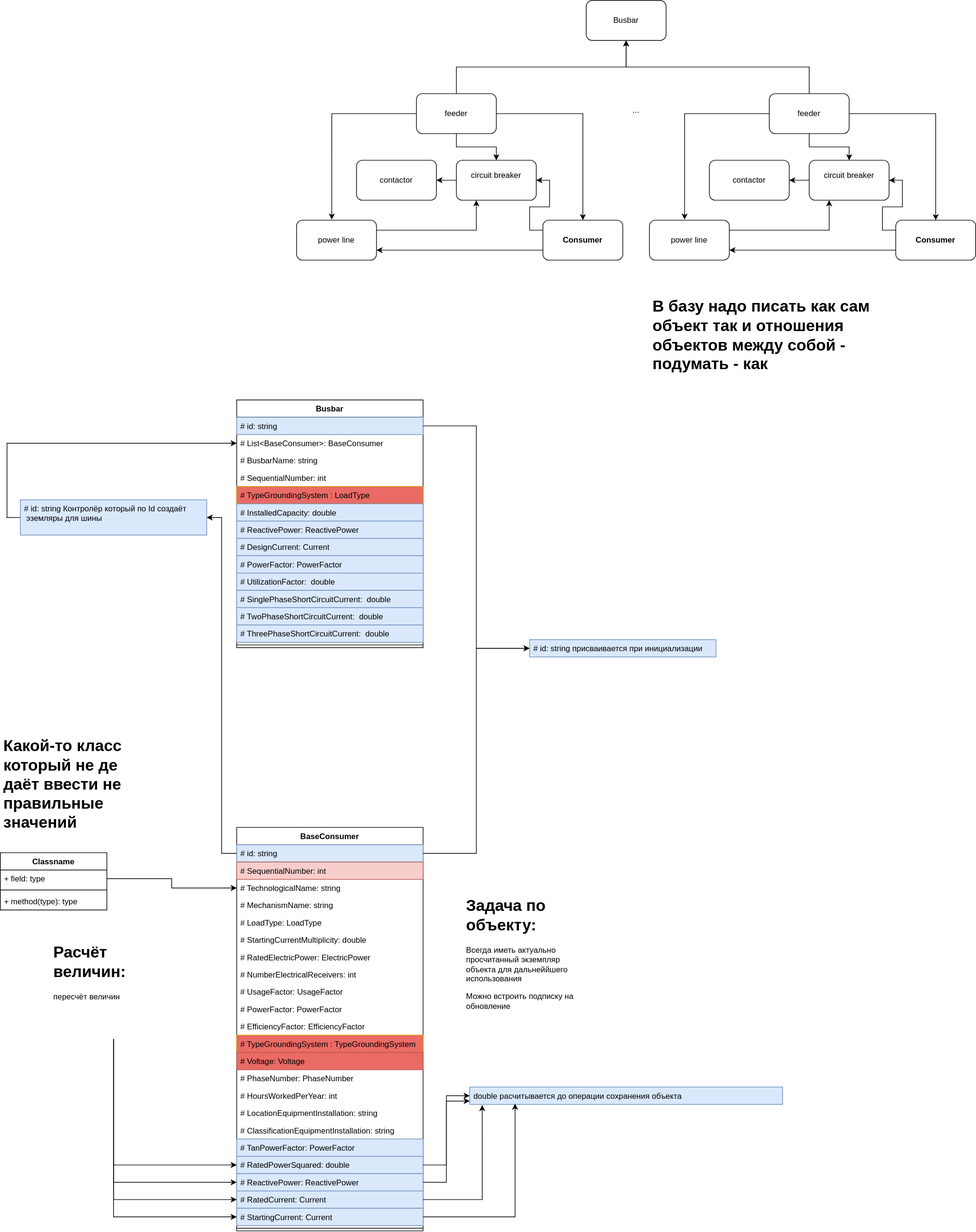
This is CADElectricalSystem/Concept/Concept.svg from ShadowGreg/CADElectricalSystem, a draw.io export, as it was before one commit. Source tidied: cells renumbered, new cells last; positions are measured from the earlier drawing's top-left corner, leaving out a move shared by most shapes.
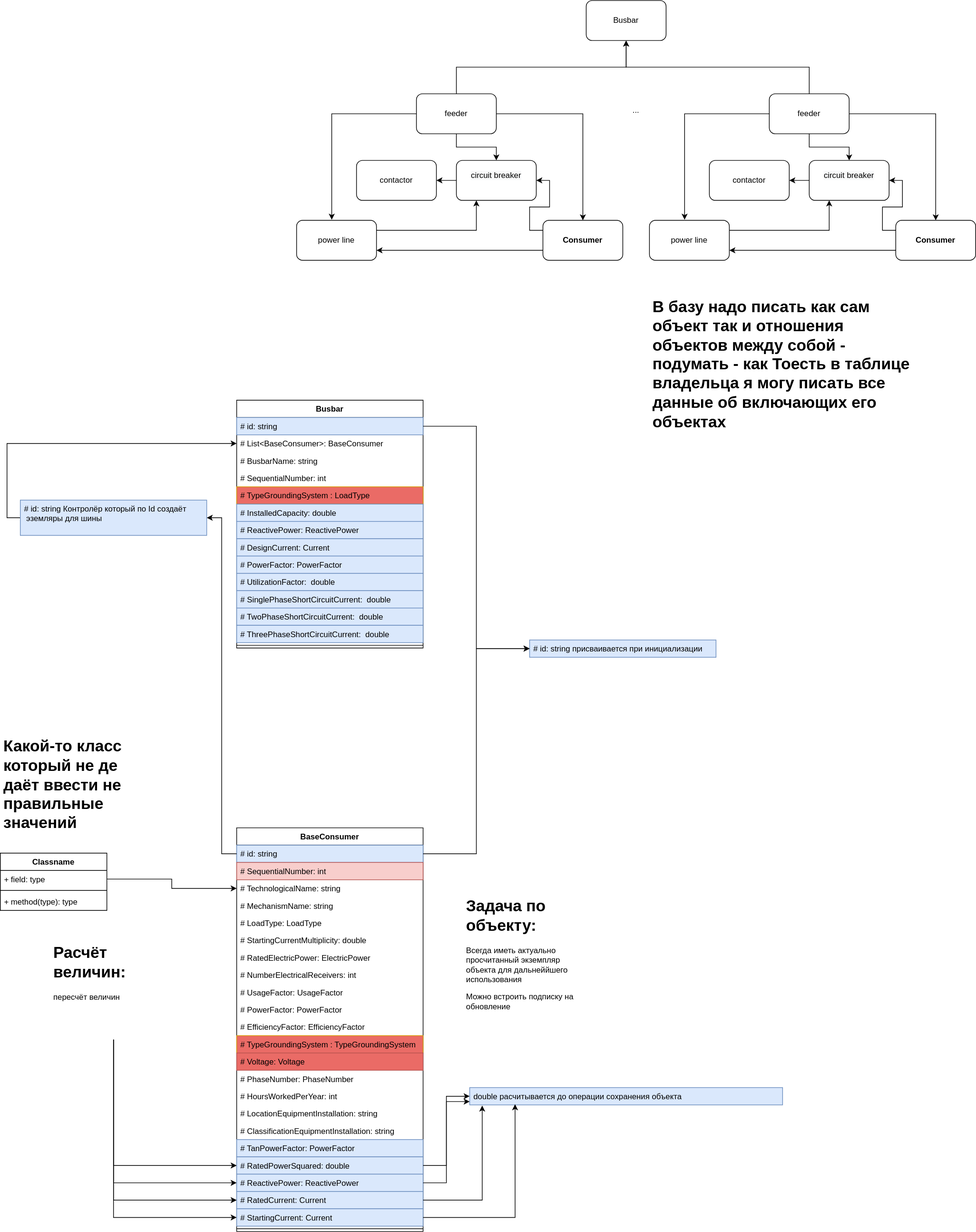
The same file after the commit.

Diff of the diagram source:
```diff
@@ -282,8 +282,8 @@
     <mxCell id="91" value="&lt;div style=&quot;text-align: left;&quot;&gt;&lt;span style=&quot;background-color: initial;&quot;&gt;contactor&lt;/span&gt;&lt;/div&gt;" style="rounded=1;whiteSpace=wrap;html=1;" parent="1" vertex="1">
       <mxGeometry x="1065" y="240" width="120" height="60" as="geometry" />
     </mxCell>
-    <mxCell id="92" value="&lt;h1&gt;В базу надо писать как сам объект так и отношения объектов между собой - подумать - как&lt;/h1&gt;" style="text;html=1;strokeColor=none;fillColor=none;spacing=5;spacingTop=-20;whiteSpace=wrap;overflow=hidden;rounded=0;" parent="1" vertex="1">
-      <mxGeometry x="975" y="440" width="350" height="140" as="geometry" />
+    <mxCell id="92" value="&lt;h1&gt;В базу надо писать как сам объект так и отношения объектов между собой - подумать - как Тоесть в таблице владельца я могу писать все данные об включающих его объектах&lt;/h1&gt;" style="text;html=1;strokeColor=none;fillColor=none;spacing=5;spacingTop=-20;whiteSpace=wrap;overflow=hidden;rounded=0;" parent="1" vertex="1">
+      <mxGeometry x="975" y="440" width="410" height="230" as="geometry" />
     </mxCell>
   </root>
 </mxGraphModel>
```
